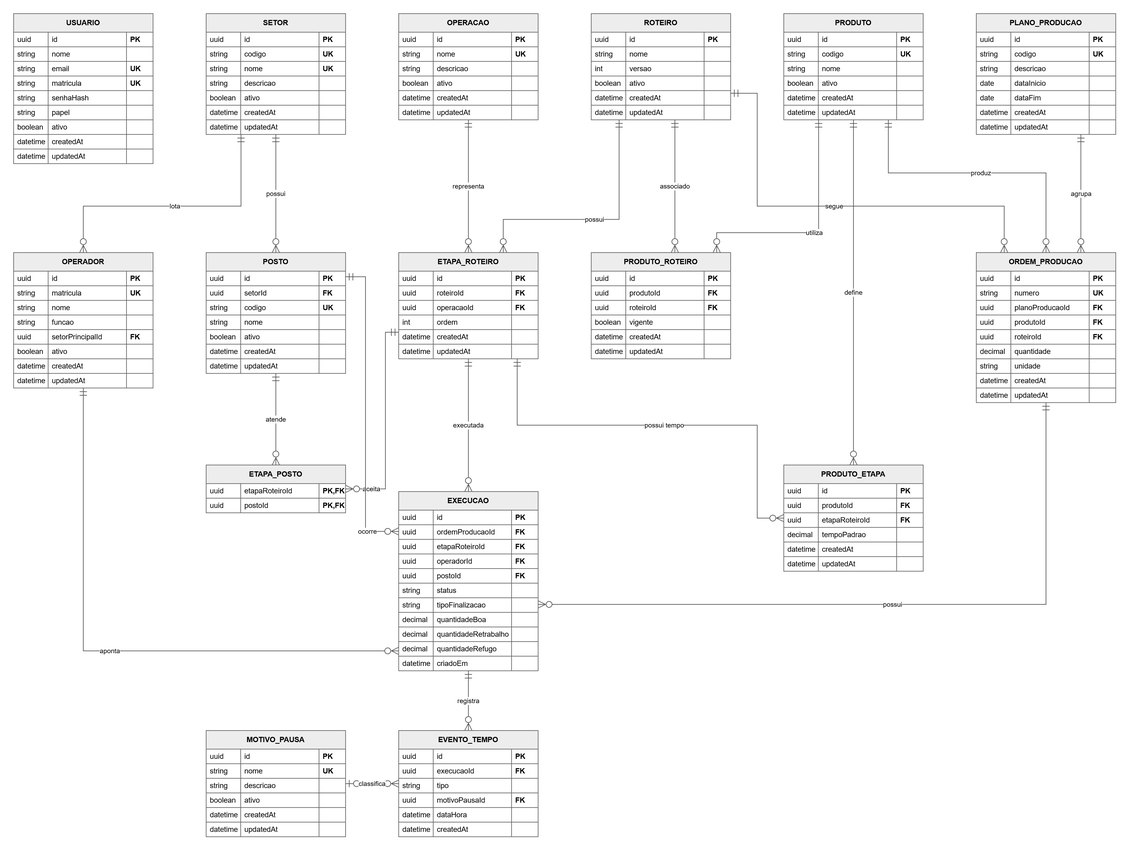
Earlier version of the draw.io export docs/domain/diagrama-er.drawio.png (MateusGanda/Nivelamento-de-Processos). Source tidied: cells renumbered, new cells last; positions are measured from the earlier drawing's top-left corner, leaving out a move shared by most shapes.
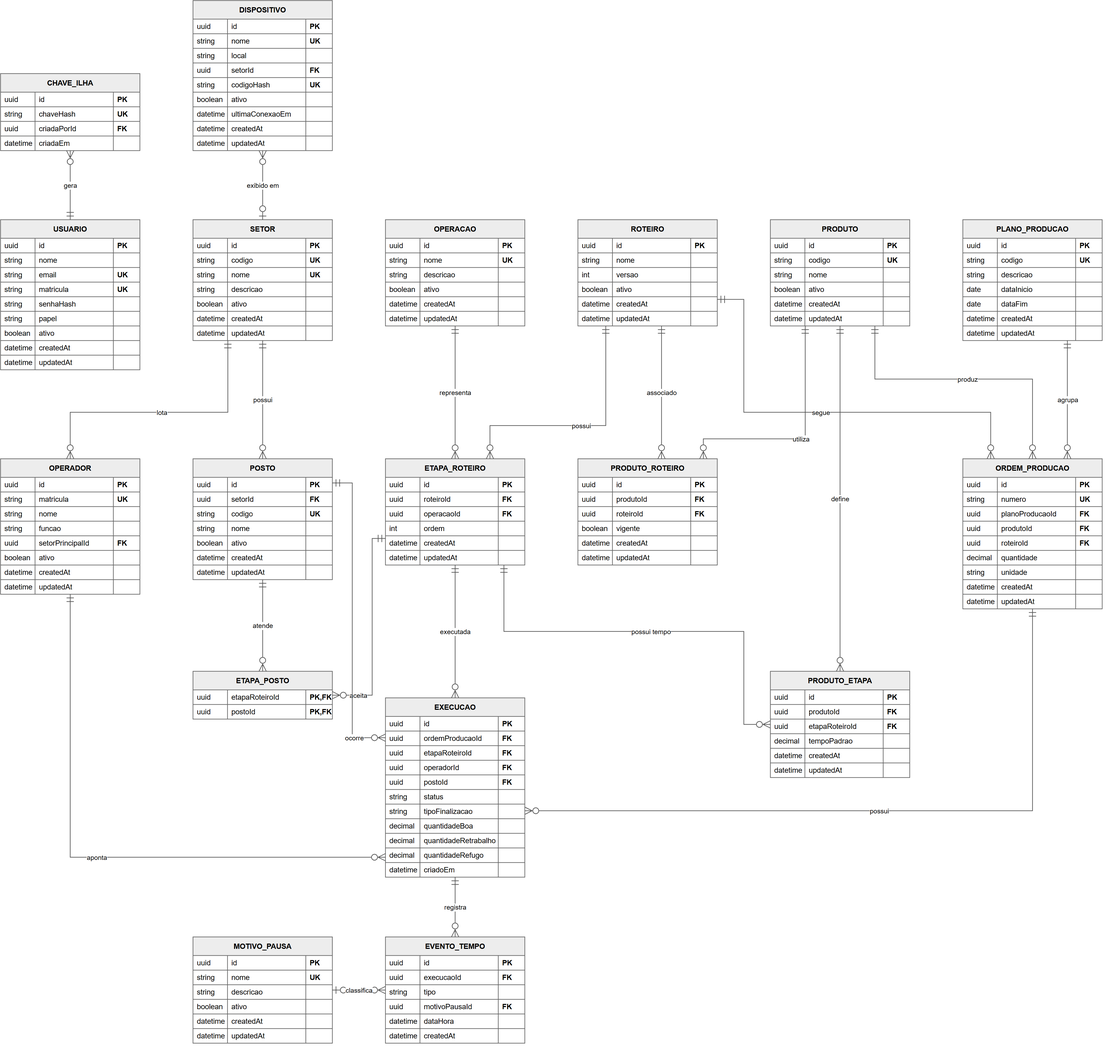
The same file after the commit.

Commit message:
docs: inclui Dispositivo e ChaveIlha nos diagramas ER e de classes

What changed in the source:
```diff
@@ -1453,5 +1453,173 @@
     <mxCell id="468" value="classifica" style="edgeStyle=orthogonalEdgeStyle;rounded=0;html=1;endArrow=ERzeroToMany;startArrow=ERzeroToOne;endFill=0;startFill=0;endSize=9;startSize=9;strokeColor=#555555;exitX=1;exitY=0.5;exitDx=0;exitDy=0;entryX=0;entryY=0.5;entryDx=0;entryDy=0;fontSize=10;fontFamily=Helvetica;labelBackgroundColor=#FFFFFF;" parent="1" edge="1" source="400" target="425">
       <mxGeometry relative="1" as="geometry" />
     </mxCell>
+    <mxCell id="469" value="CHAVE_ILHA" style="shape=table;startSize=28;rowLines=1;columnLines=1;fontStyle=1;align=center;html=1;whiteSpace=wrap;fillColor=#EDEDED;strokeColor=#666666;fontFamily=Helvetica;fontSize=11;" parent="1" vertex="1">
+      <mxGeometry y="-220" width="210" height="116" as="geometry" />
+    </mxCell>
+    <mxCell id="470" style="shape=tableRow;horizontal=0;startSize=0;swimlaneHead=0;swimlaneBody=0;fillColor=none;top=0;left=0;right=0;bottom=0;html=1;" parent="469" vertex="1">
+      <mxGeometry y="28" width="210" height="22" as="geometry" />
+    </mxCell>
+    <mxCell id="471" value="uuid" style="shape=partialRectangle;fillColor=none;top=0;left=0;bottom=0;right=0;align=left;spacingLeft=4;overflow=hidden;html=1;whiteSpace=wrap;fontFamily=Helvetica;fontSize=11;" parent="470" vertex="1">
+      <mxGeometry width="52" height="22" as="geometry" />
+    </mxCell>
+    <mxCell id="472" value="id" style="shape=partialRectangle;fillColor=none;top=0;left=0;bottom=0;right=0;align=left;spacingLeft=4;overflow=hidden;html=1;whiteSpace=wrap;fontFamily=Helvetica;fontSize=11;" parent="470" vertex="1">
+      <mxGeometry x="52" width="118" height="22" as="geometry" />
+    </mxCell>
+    <mxCell id="473" value="PK" style="shape=partialRectangle;fillColor=none;top=0;left=0;bottom=0;right=0;align=left;spacingLeft=4;overflow=hidden;html=1;whiteSpace=wrap;fontFamily=Helvetica;fontSize=11;fontStyle=1;" parent="470" vertex="1">
+      <mxGeometry x="170" width="40" height="22" as="geometry" />
+    </mxCell>
+    <mxCell id="474" style="shape=tableRow;horizontal=0;startSize=0;swimlaneHead=0;swimlaneBody=0;fillColor=none;top=0;left=0;right=0;bottom=0;html=1;" parent="469" vertex="1">
+      <mxGeometry y="50" width="210" height="22" as="geometry" />
+    </mxCell>
+    <mxCell id="475" value="string" style="shape=partialRectangle;fillColor=none;top=0;left=0;bottom=0;right=0;align=left;spacingLeft=4;overflow=hidden;html=1;whiteSpace=wrap;fontFamily=Helvetica;fontSize=11;" parent="474" vertex="1">
+      <mxGeometry width="52" height="22" as="geometry" />
+    </mxCell>
+    <mxCell id="476" value="chaveHash" style="shape=partialRectangle;fillColor=none;top=0;left=0;bottom=0;right=0;align=left;spacingLeft=4;overflow=hidden;html=1;whiteSpace=wrap;fontFamily=Helvetica;fontSize=11;" parent="474" vertex="1">
+      <mxGeometry x="52" width="118" height="22" as="geometry" />
+    </mxCell>
+    <mxCell id="477" value="UK" style="shape=partialRectangle;fillColor=none;top=0;left=0;bottom=0;right=0;align=left;spacingLeft=4;overflow=hidden;html=1;whiteSpace=wrap;fontFamily=Helvetica;fontSize=11;fontStyle=1;" parent="474" vertex="1">
+      <mxGeometry x="170" width="40" height="22" as="geometry" />
+    </mxCell>
+    <mxCell id="478" style="shape=tableRow;horizontal=0;startSize=0;swimlaneHead=0;swimlaneBody=0;fillColor=none;top=0;left=0;right=0;bottom=0;html=1;" parent="469" vertex="1">
+      <mxGeometry y="72" width="210" height="22" as="geometry" />
+    </mxCell>
+    <mxCell id="479" value="uuid" style="shape=partialRectangle;fillColor=none;top=0;left=0;bottom=0;right=0;align=left;spacingLeft=4;overflow=hidden;html=1;whiteSpace=wrap;fontFamily=Helvetica;fontSize=11;" parent="478" vertex="1">
+      <mxGeometry width="52" height="22" as="geometry" />
+    </mxCell>
+    <mxCell id="480" value="criadaPorId" style="shape=partialRectangle;fillColor=none;top=0;left=0;bottom=0;right=0;align=left;spacingLeft=4;overflow=hidden;html=1;whiteSpace=wrap;fontFamily=Helvetica;fontSize=11;" parent="478" vertex="1">
+      <mxGeometry x="52" width="118" height="22" as="geometry" />
+    </mxCell>
+    <mxCell id="481" value="FK" style="shape=partialRectangle;fillColor=none;top=0;left=0;bottom=0;right=0;align=left;spacingLeft=4;overflow=hidden;html=1;whiteSpace=wrap;fontFamily=Helvetica;fontSize=11;fontStyle=1;" parent="478" vertex="1">
+      <mxGeometry x="170" width="40" height="22" as="geometry" />
+    </mxCell>
+    <mxCell id="482" style="shape=tableRow;horizontal=0;startSize=0;swimlaneHead=0;swimlaneBody=0;fillColor=none;top=0;left=0;right=0;bottom=0;html=1;" parent="469" vertex="1">
+      <mxGeometry y="94" width="210" height="22" as="geometry" />
+    </mxCell>
+    <mxCell id="483" value="datetime" style="shape=partialRectangle;fillColor=none;top=0;left=0;bottom=0;right=0;align=left;spacingLeft=4;overflow=hidden;html=1;whiteSpace=wrap;fontFamily=Helvetica;fontSize=11;" parent="482" vertex="1">
+      <mxGeometry width="52" height="22" as="geometry" />
+    </mxCell>
+    <mxCell id="484" value="criadaEm" style="shape=partialRectangle;fillColor=none;top=0;left=0;bottom=0;right=0;align=left;spacingLeft=4;overflow=hidden;html=1;whiteSpace=wrap;fontFamily=Helvetica;fontSize=11;" parent="482" vertex="1">
+      <mxGeometry x="52" width="118" height="22" as="geometry" />
+    </mxCell>
+    <mxCell id="485" style="shape=partialRectangle;fillColor=none;top=0;left=0;bottom=0;right=0;align=left;spacingLeft=4;overflow=hidden;html=1;whiteSpace=wrap;fontFamily=Helvetica;fontSize=11;fontStyle=1;" parent="482" vertex="1">
+      <mxGeometry x="170" width="40" height="22" as="geometry" />
+    </mxCell>
+    <mxCell id="486" value="DISPOSITIVO" style="shape=table;startSize=28;rowLines=1;columnLines=1;fontStyle=1;align=center;html=1;whiteSpace=wrap;fillColor=#EDEDED;strokeColor=#666666;fontFamily=Helvetica;fontSize=11;" parent="1" vertex="1">
+      <mxGeometry x="290" y="-330" width="210" height="226" as="geometry" />
+    </mxCell>
+    <mxCell id="487" style="shape=tableRow;horizontal=0;startSize=0;swimlaneHead=0;swimlaneBody=0;fillColor=none;top=0;left=0;right=0;bottom=0;html=1;" parent="486" vertex="1">
+      <mxGeometry y="28" width="210" height="22" as="geometry" />
+    </mxCell>
+    <mxCell id="488" value="uuid" style="shape=partialRectangle;fillColor=none;top=0;left=0;bottom=0;right=0;align=left;spacingLeft=4;overflow=hidden;html=1;whiteSpace=wrap;fontFamily=Helvetica;fontSize=11;" parent="487" vertex="1">
+      <mxGeometry width="52" height="22" as="geometry" />
+    </mxCell>
+    <mxCell id="489" value="id" style="shape=partialRectangle;fillColor=none;top=0;left=0;bottom=0;right=0;align=left;spacingLeft=4;overflow=hidden;html=1;whiteSpace=wrap;fontFamily=Helvetica;fontSize=11;" parent="487" vertex="1">
+      <mxGeometry x="52" width="118" height="22" as="geometry" />
+    </mxCell>
+    <mxCell id="490" value="PK" style="shape=partialRectangle;fillColor=none;top=0;left=0;bottom=0;right=0;align=left;spacingLeft=4;overflow=hidden;html=1;whiteSpace=wrap;fontFamily=Helvetica;fontSize=11;fontStyle=1;" parent="487" vertex="1">
+      <mxGeometry x="170" width="40" height="22" as="geometry" />
+    </mxCell>
+    <mxCell id="491" style="shape=tableRow;horizontal=0;startSize=0;swimlaneHead=0;swimlaneBody=0;fillColor=none;top=0;left=0;right=0;bottom=0;html=1;" parent="486" vertex="1">
+      <mxGeometry y="50" width="210" height="22" as="geometry" />
+    </mxCell>
+    <mxCell id="492" value="string" style="shape=partialRectangle;fillColor=none;top=0;left=0;bottom=0;right=0;align=left;spacingLeft=4;overflow=hidden;html=1;whiteSpace=wrap;fontFamily=Helvetica;fontSize=11;" parent="491" vertex="1">
+      <mxGeometry width="52" height="22" as="geometry" />
+    </mxCell>
+    <mxCell id="493" value="nome" style="shape=partialRectangle;fillColor=none;top=0;left=0;bottom=0;right=0;align=left;spacingLeft=4;overflow=hidden;html=1;whiteSpace=wrap;fontFamily=Helvetica;fontSize=11;" parent="491" vertex="1">
+      <mxGeometry x="52" width="118" height="22" as="geometry" />
+    </mxCell>
+    <mxCell id="494" value="UK" style="shape=partialRectangle;fillColor=none;top=0;left=0;bottom=0;right=0;align=left;spacingLeft=4;overflow=hidden;html=1;whiteSpace=wrap;fontFamily=Helvetica;fontSize=11;fontStyle=1;" parent="491" vertex="1">
+      <mxGeometry x="170" width="40" height="22" as="geometry" />
+    </mxCell>
+    <mxCell id="495" style="shape=tableRow;horizontal=0;startSize=0;swimlaneHead=0;swimlaneBody=0;fillColor=none;top=0;left=0;right=0;bottom=0;html=1;" parent="486" vertex="1">
+      <mxGeometry y="72" width="210" height="22" as="geometry" />
+    </mxCell>
+    <mxCell id="496" value="string" style="shape=partialRectangle;fillColor=none;top=0;left=0;bottom=0;right=0;align=left;spacingLeft=4;overflow=hidden;html=1;whiteSpace=wrap;fontFamily=Helvetica;fontSize=11;" parent="495" vertex="1">
+      <mxGeometry width="52" height="22" as="geometry" />
+    </mxCell>
+    <mxCell id="497" value="local" style="shape=partialRectangle;fillColor=none;top=0;left=0;bottom=0;right=0;align=left;spacingLeft=4;overflow=hidden;html=1;whiteSpace=wrap;fontFamily=Helvetica;fontSize=11;" parent="495" vertex="1">
+      <mxGeometry x="52" width="118" height="22" as="geometry" />
+    </mxCell>
+    <mxCell id="498" style="shape=partialRectangle;fillColor=none;top=0;left=0;bottom=0;right=0;align=left;spacingLeft=4;overflow=hidden;html=1;whiteSpace=wrap;fontFamily=Helvetica;fontSize=11;fontStyle=1;" parent="495" vertex="1">
+      <mxGeometry x="170" width="40" height="22" as="geometry" />
+    </mxCell>
+    <mxCell id="499" style="shape=tableRow;horizontal=0;startSize=0;swimlaneHead=0;swimlaneBody=0;fillColor=none;top=0;left=0;right=0;bottom=0;html=1;" parent="486" vertex="1">
+      <mxGeometry y="94" width="210" height="22" as="geometry" />
+    </mxCell>
+    <mxCell id="500" value="uuid" style="shape=partialRectangle;fillColor=none;top=0;left=0;bottom=0;right=0;align=left;spacingLeft=4;overflow=hidden;html=1;whiteSpace=wrap;fontFamily=Helvetica;fontSize=11;" parent="499" vertex="1">
+      <mxGeometry width="52" height="22" as="geometry" />
+    </mxCell>
+    <mxCell id="501" value="setorId" style="shape=partialRectangle;fillColor=none;top=0;left=0;bottom=0;right=0;align=left;spacingLeft=4;overflow=hidden;html=1;whiteSpace=wrap;fontFamily=Helvetica;fontSize=11;" parent="499" vertex="1">
+      <mxGeometry x="52" width="118" height="22" as="geometry" />
+    </mxCell>
+    <mxCell id="502" value="FK" style="shape=partialRectangle;fillColor=none;top=0;left=0;bottom=0;right=0;align=left;spacingLeft=4;overflow=hidden;html=1;whiteSpace=wrap;fontFamily=Helvetica;fontSize=11;fontStyle=1;" parent="499" vertex="1">
+      <mxGeometry x="170" width="40" height="22" as="geometry" />
+    </mxCell>
+    <mxCell id="503" style="shape=tableRow;horizontal=0;startSize=0;swimlaneHead=0;swimlaneBody=0;fillColor=none;top=0;left=0;right=0;bottom=0;html=1;" parent="486" vertex="1">
+      <mxGeometry y="116" width="210" height="22" as="geometry" />
+    </mxCell>
+    <mxCell id="504" value="string" style="shape=partialRectangle;fillColor=none;top=0;left=0;bottom=0;right=0;align=left;spacingLeft=4;overflow=hidden;html=1;whiteSpace=wrap;fontFamily=Helvetica;fontSize=11;" parent="503" vertex="1">
+      <mxGeometry width="52" height="22" as="geometry" />
+    </mxCell>
+    <mxCell id="505" value="codigoHash" style="shape=partialRectangle;fillColor=none;top=0;left=0;bottom=0;right=0;align=left;spacingLeft=4;overflow=hidden;html=1;whiteSpace=wrap;fontFamily=Helvetica;fontSize=11;" parent="503" vertex="1">
+      <mxGeometry x="52" width="118" height="22" as="geometry" />
+    </mxCell>
+    <mxCell id="506" value="UK" style="shape=partialRectangle;fillColor=none;top=0;left=0;bottom=0;right=0;align=left;spacingLeft=4;overflow=hidden;html=1;whiteSpace=wrap;fontFamily=Helvetica;fontSize=11;fontStyle=1;" parent="503" vertex="1">
+      <mxGeometry x="170" width="40" height="22" as="geometry" />
+    </mxCell>
+    <mxCell id="507" style="shape=tableRow;horizontal=0;startSize=0;swimlaneHead=0;swimlaneBody=0;fillColor=none;top=0;left=0;right=0;bottom=0;html=1;" parent="486" vertex="1">
+      <mxGeometry y="138" width="210" height="22" as="geometry" />
+    </mxCell>
+    <mxCell id="508" value="boolean" style="shape=partialRectangle;fillColor=none;top=0;left=0;bottom=0;right=0;align=left;spacingLeft=4;overflow=hidden;html=1;whiteSpace=wrap;fontFamily=Helvetica;fontSize=11;" parent="507" vertex="1">
+      <mxGeometry width="52" height="22" as="geometry" />
+    </mxCell>
+    <mxCell id="509" value="ativo" style="shape=partialRectangle;fillColor=none;top=0;left=0;bottom=0;right=0;align=left;spacingLeft=4;overflow=hidden;html=1;whiteSpace=wrap;fontFamily=Helvetica;fontSize=11;" parent="507" vertex="1">
+      <mxGeometry x="52" width="118" height="22" as="geometry" />
+    </mxCell>
+    <mxCell id="510" style="shape=partialRectangle;fillColor=none;top=0;left=0;bottom=0;right=0;align=left;spacingLeft=4;overflow=hidden;html=1;whiteSpace=wrap;fontFamily=Helvetica;fontSize=11;fontStyle=1;" parent="507" vertex="1">
+      <mxGeometry x="170" width="40" height="22" as="geometry" />
+    </mxCell>
+    <mxCell id="511" style="shape=tableRow;horizontal=0;startSize=0;swimlaneHead=0;swimlaneBody=0;fillColor=none;top=0;left=0;right=0;bottom=0;html=1;" parent="486" vertex="1">
+      <mxGeometry y="160" width="210" height="22" as="geometry" />
+    </mxCell>
+    <mxCell id="512" value="datetime" style="shape=partialRectangle;fillColor=none;top=0;left=0;bottom=0;right=0;align=left;spacingLeft=4;overflow=hidden;html=1;whiteSpace=wrap;fontFamily=Helvetica;fontSize=11;" parent="511" vertex="1">
+      <mxGeometry width="52" height="22" as="geometry" />
+    </mxCell>
+    <mxCell id="513" value="ultimaConexaoEm" style="shape=partialRectangle;fillColor=none;top=0;left=0;bottom=0;right=0;align=left;spacingLeft=4;overflow=hidden;html=1;whiteSpace=wrap;fontFamily=Helvetica;fontSize=11;" parent="511" vertex="1">
+      <mxGeometry x="52" width="118" height="22" as="geometry" />
+    </mxCell>
+    <mxCell id="514" style="shape=partialRectangle;fillColor=none;top=0;left=0;bottom=0;right=0;align=left;spacingLeft=4;overflow=hidden;html=1;whiteSpace=wrap;fontFamily=Helvetica;fontSize=11;fontStyle=1;" parent="511" vertex="1">
+      <mxGeometry x="170" width="40" height="22" as="geometry" />
+    </mxCell>
+    <mxCell id="515" style="shape=tableRow;horizontal=0;startSize=0;swimlaneHead=0;swimlaneBody=0;fillColor=none;top=0;left=0;right=0;bottom=0;html=1;" parent="486" vertex="1">
+      <mxGeometry y="182" width="210" height="22" as="geometry" />
+    </mxCell>
+    <mxCell id="516" value="datetime" style="shape=partialRectangle;fillColor=none;top=0;left=0;bottom=0;right=0;align=left;spacingLeft=4;overflow=hidden;html=1;whiteSpace=wrap;fontFamily=Helvetica;fontSize=11;" parent="515" vertex="1">
+      <mxGeometry width="52" height="22" as="geometry" />
+    </mxCell>
+    <mxCell id="517" value="createdAt" style="shape=partialRectangle;fillColor=none;top=0;left=0;bottom=0;right=0;align=left;spacingLeft=4;overflow=hidden;html=1;whiteSpace=wrap;fontFamily=Helvetica;fontSize=11;" parent="515" vertex="1">
+      <mxGeometry x="52" width="118" height="22" as="geometry" />
+    </mxCell>
+    <mxCell id="518" style="shape=partialRectangle;fillColor=none;top=0;left=0;bottom=0;right=0;align=left;spacingLeft=4;overflow=hidden;html=1;whiteSpace=wrap;fontFamily=Helvetica;fontSize=11;fontStyle=1;" parent="515" vertex="1">
+      <mxGeometry x="170" width="40" height="22" as="geometry" />
+    </mxCell>
+    <mxCell id="519" style="shape=tableRow;horizontal=0;startSize=0;swimlaneHead=0;swimlaneBody=0;fillColor=none;top=0;left=0;right=0;bottom=0;html=1;" parent="486" vertex="1">
+      <mxGeometry y="204" width="210" height="22" as="geometry" />
+    </mxCell>
+    <mxCell id="520" value="datetime" style="shape=partialRectangle;fillColor=none;top=0;left=0;bottom=0;right=0;align=left;spacingLeft=4;overflow=hidden;html=1;whiteSpace=wrap;fontFamily=Helvetica;fontSize=11;" parent="519" vertex="1">
+      <mxGeometry width="52" height="22" as="geometry" />
+    </mxCell>
+    <mxCell id="521" value="updatedAt" style="shape=partialRectangle;fillColor=none;top=0;left=0;bottom=0;right=0;align=left;spacingLeft=4;overflow=hidden;html=1;whiteSpace=wrap;fontFamily=Helvetica;fontSize=11;" parent="519" vertex="1">
+      <mxGeometry x="52" width="118" height="22" as="geometry" />
+    </mxCell>
+    <mxCell id="522" style="shape=partialRectangle;fillColor=none;top=0;left=0;bottom=0;right=0;align=left;spacingLeft=4;overflow=hidden;html=1;whiteSpace=wrap;fontFamily=Helvetica;fontSize=11;fontStyle=1;" parent="519" vertex="1">
+      <mxGeometry x="170" width="40" height="22" as="geometry" />
+    </mxCell>
+    <mxCell id="523" value="gera" style="edgeStyle=orthogonalEdgeStyle;rounded=0;html=1;endArrow=ERzeroToMany;startArrow=ERmandOne;endFill=0;startFill=0;endSize=9;startSize=9;strokeColor=#555555;exitX=0.5;exitY=0;exitDx=0;exitDy=0;entryX=0.5;entryY=1;entryDx=0;entryDy=0;fontSize=10;fontFamily=Helvetica;labelBackgroundColor=#FFFFFF;" parent="1" edge="1" source="2" target="469">
+      <mxGeometry relative="1" as="geometry" />
+    </mxCell>
+    <mxCell id="524" value="exibido em" style="edgeStyle=orthogonalEdgeStyle;rounded=0;html=1;endArrow=ERzeroToMany;startArrow=ERzeroToOne;endFill=0;startFill=0;endSize=9;startSize=9;strokeColor=#555555;exitX=0.5;exitY=0;exitDx=0;exitDy=0;entryX=0.5;entryY=1;entryDx=0;entryDy=0;fontSize=10;fontFamily=Helvetica;labelBackgroundColor=#FFFFFF;" parent="1" edge="1" source="39" target="486">
+      <mxGeometry relative="1" as="geometry" />
+    </mxCell>
   </root>
 </mxGraphModel>
```
